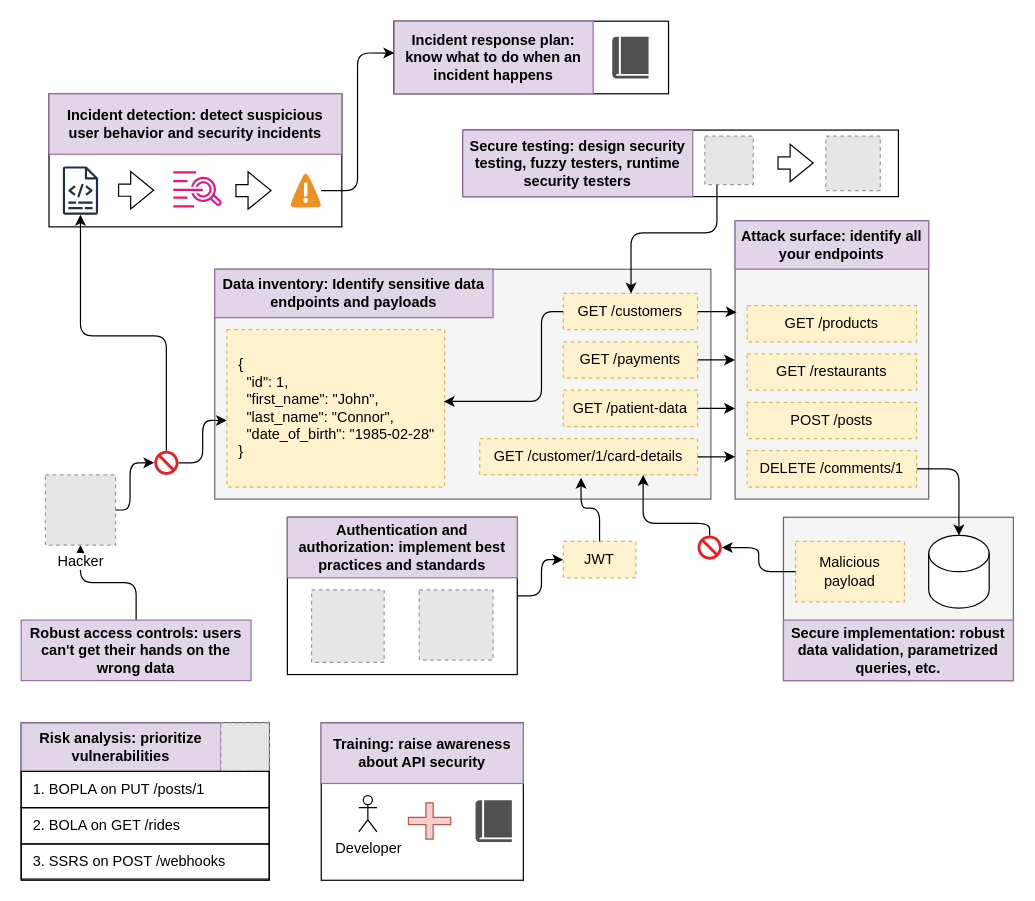
abunuwas/api-sec-book-imgs keeps this draw.io diagram as page "2.1" (1 of 3) of ch02.drawio. Above is the earlier version. Source tidied: cells renumbered, new cells numbered last; positions are measured from the earlier drawing's top-left corner, leaving out a move shared by most shapes. Both pictures are drawn from the tidied source at 121%, with x=0, y=0 at pixel (21, 21). Pictures stored in the file or linked from it are replaced by grey dashed boxes.
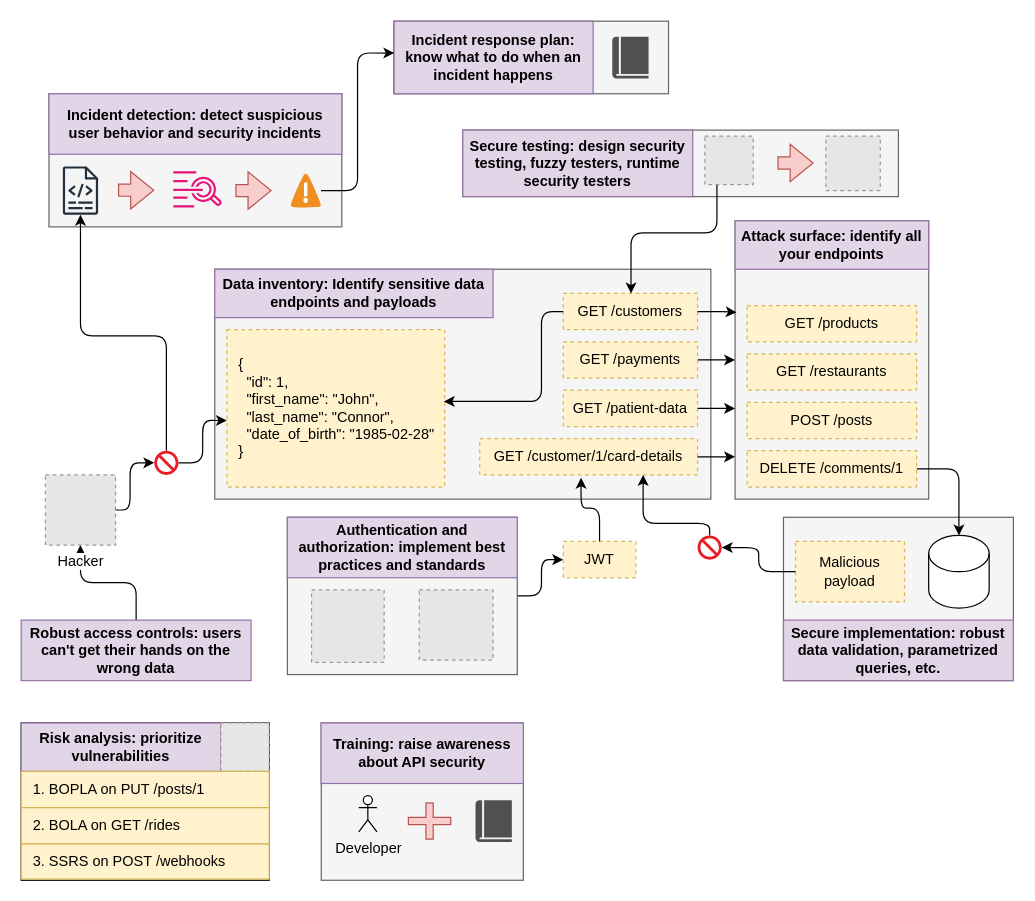
The same page after the edit.

The edit, as a diff of the source:
```diff
@@
-    <mxCell id="2" style="rounded=0;whiteSpace=wrap;html=1;" parent="1" vertex="1">
+    <mxCell id="2" style="rounded=0;whiteSpace=wrap;html=1;fillColor=#f5f5f5;fontColor=#333333;strokeColor=#666666;" parent="1" vertex="1">
       <mxGeometry x="248" y="580" width="167" height="130" as="geometry" />
     </mxCell>
-    <mxCell id="3" style="rounded=0;whiteSpace=wrap;html=1;" parent="1" vertex="1">
+    <mxCell id="3" style="rounded=0;whiteSpace=wrap;html=1;fillColor=#f5f5f5;fontColor=#333333;strokeColor=#666666;" parent="1" vertex="1">
       <mxGeometry x="308" width="227" height="60" as="geometry" />
     </mxCell>
-    <mxCell id="4" style="rounded=0;whiteSpace=wrap;html=1;" parent="1" vertex="1">
+    <mxCell id="4" style="rounded=0;whiteSpace=wrap;html=1;fillColor=#f5f5f5;fontColor=#333333;strokeColor=#666666;" parent="1" vertex="1">
       <mxGeometry x="23" y="60" width="242" height="110" as="geometry" />
     </mxCell>
@@
-    <mxCell id="7" style="rounded=0;whiteSpace=wrap;html=1;" parent="1" vertex="1">
+    <mxCell id="7" style="rounded=0;whiteSpace=wrap;html=1;fillColor=#f5f5f5;fontColor=#333333;strokeColor=#666666;" parent="1" vertex="1">
       <mxGeometry x="365" y="90" width="360" height="55" as="geometry" />
     </mxCell>
@@
-    <mxCell id="11" style="rounded=0;whiteSpace=wrap;html=1;" parent="1" vertex="1">
+    <mxCell id="11" style="rounded=0;whiteSpace=wrap;html=1;fillColor=#f5f5f5;fontColor=#333333;strokeColor=#666666;" parent="1" vertex="1">
       <mxGeometry x="220" y="410" width="190" height="130" as="geometry" />
     </mxCell>
@@
-    <mxCell id="51" style="shape=flexArrow;endArrow=classic;html=1;rounded=0;" parent="1" edge="1">
+    <mxCell id="51" style="shape=flexArrow;endArrow=classic;html=1;rounded=0;fillColor=#f8cecc;strokeColor=#b85450;" parent="1" edge="1">
       <mxGeometry relative="1" as="geometry">
         <mxPoint x="625" y="117.2" as="sourcePoint" />
         <mxPoint x="655" y="117.2" as="targetPoint" />
       </mxGeometry>
     </mxCell>
@@
-    <mxCell id="60" value="1. BOPLA on PUT /posts/1" style="text;html=1;strokeColor=default;fillColor=none;align=left;verticalAlign=middle;whiteSpace=wrap;rounded=0;spacing=10;" parent="1" vertex="1">
+    <mxCell id="60" value="1. BOPLA on PUT /posts/1" style="text;html=1;strokeColor=#d6b656;fillColor=#fff2cc;align=left;verticalAlign=middle;whiteSpace=wrap;rounded=0;spacing=10;" parent="1" vertex="1">
       <mxGeometry y="620" width="205" height="30" as="geometry" />
     </mxCell>
-    <mxCell id="61" value="2. BOLA on GET /rides" style="text;html=1;strokeColor=default;fillColor=none;align=left;verticalAlign=middle;whiteSpace=wrap;rounded=0;spacing=10;" parent="1" vertex="1">
+    <mxCell id="61" value="2. BOLA on GET /rides" style="text;html=1;strokeColor=#d6b656;fillColor=#fff2cc;align=left;verticalAlign=middle;whiteSpace=wrap;rounded=0;spacing=10;" parent="1" vertex="1">
       <mxGeometry y="650" width="205" height="30" as="geometry" />
     </mxCell>
-    <mxCell id="62" value="3. SSRS on POST /webhooks" style="text;html=1;strokeColor=default;fillColor=none;align=left;verticalAlign=middle;whiteSpace=wrap;rounded=0;spacing=10;" parent="1" vertex="1">
+    <mxCell id="62" value="3. SSRS on POST /webhooks" style="text;html=1;strokeColor=#d6b656;fillColor=#fff2cc;align=left;verticalAlign=middle;whiteSpace=wrap;rounded=0;spacing=10;" parent="1" vertex="1">
       <mxGeometry y="680" width="205" height="29" as="geometry" />
     </mxCell>
@@
-    <mxCell id="64" style="shape=flexArrow;endArrow=classic;html=1;rounded=0;" parent="1" edge="1">
+    <mxCell id="64" style="shape=flexArrow;endArrow=classic;html=1;rounded=0;fillColor=#f8cecc;strokeColor=#b85450;" parent="1" edge="1">
       <mxGeometry relative="1" as="geometry">
         <mxPoint x="80" y="139.7" as="sourcePoint" />
         <mxPoint x="110" y="139.7" as="targetPoint" />
       </mxGeometry>
     </mxCell>
-    <mxCell id="65" style="shape=flexArrow;endArrow=classic;html=1;rounded=0;" parent="1" edge="1">
+    <mxCell id="65" style="shape=flexArrow;endArrow=classic;html=1;rounded=0;fillColor=#f8cecc;strokeColor=#b85450;" parent="1" edge="1">
       <mxGeometry relative="1" as="geometry">
         <mxPoint x="177" y="140" as="sourcePoint" />
         <mxPoint x="207" y="140" as="targetPoint" />
       </mxGeometry>
     </mxCell>
```
